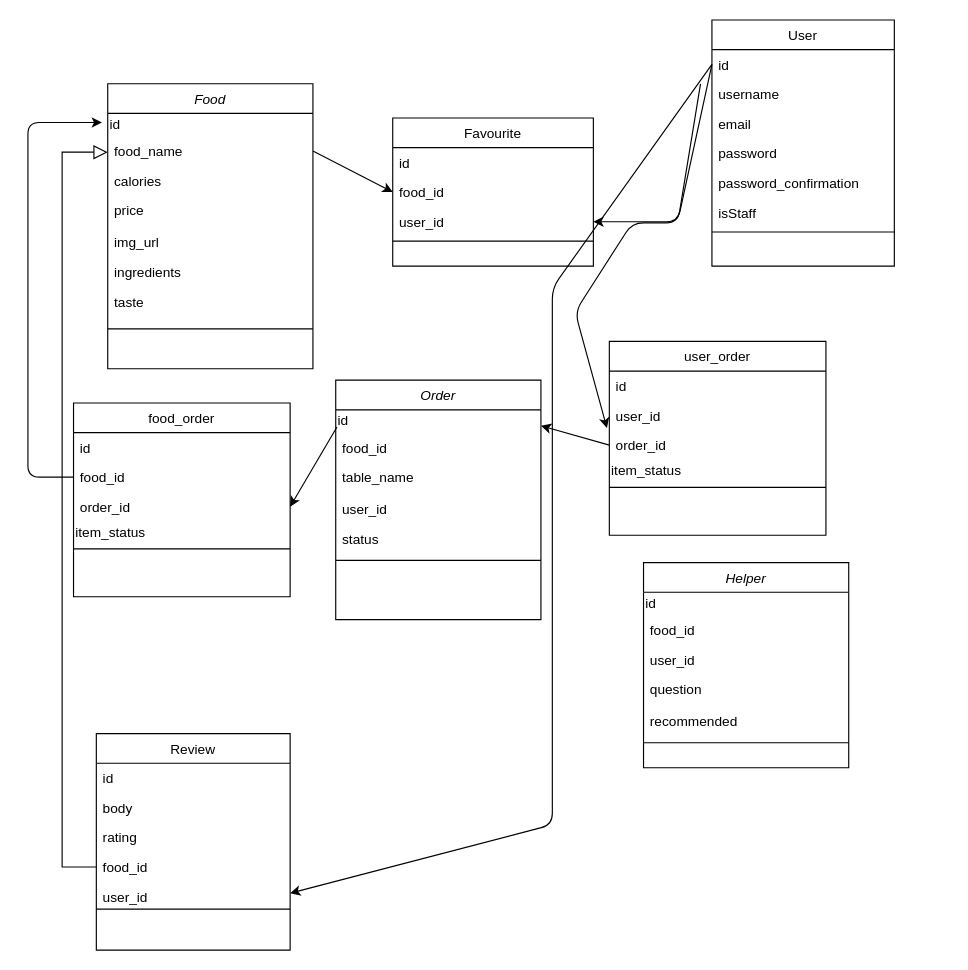
Earlier version of the draw.io diagram Untitled Diagram.drawio (KenChukanit/PM_Tool). Source tidied: cells renumbered, new cells numbered last; positions are measured from the earlier drawing's top-left corner, leaving out a move shared by most shapes. Both pictures are drawn from the tidied source at 114%, with x=0, y=0 at pixel (27, 19).
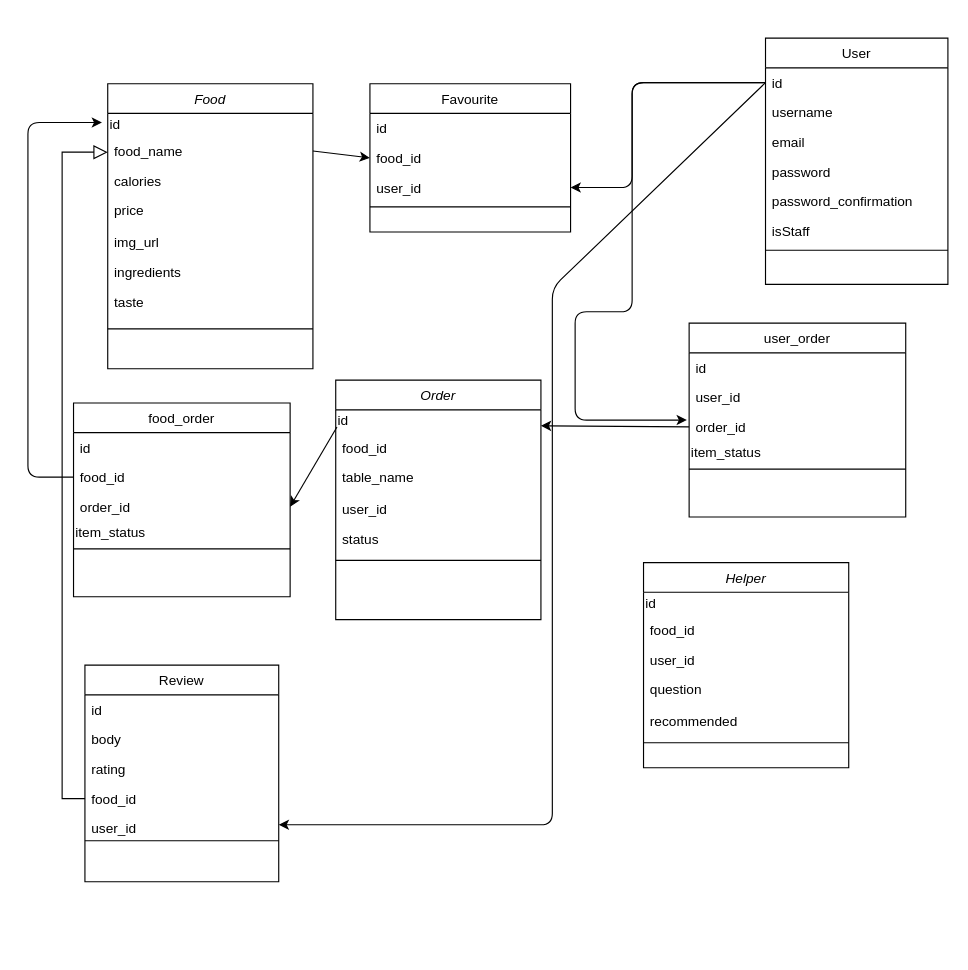
The same page after the edit.

Unchanged cells that the change refers to:
```xml
<mxCell id="21" value="user_id" style="text;align=left;verticalAlign=top;spacingLeft=4;spacingRight=4;overflow=hidden;points=[[0,0.5],[1,0.5]];portConstraint=eastwest;" parent="18" vertex="1">
  <mxGeometry y="78" width="176" height="26" as="geometry" />
</mxCell>
<mxCell id="25" value="id" style="text;align=left;verticalAlign=top;spacingLeft=4;spacingRight=4;overflow=hidden;points=[[0,0.5],[1,0.5]];portConstraint=eastwest;" parent="24" vertex="1">
  <mxGeometry y="26" width="160" height="26" as="geometry" />
</mxCell>
<mxCell id="59" value="user_id" style="text;align=left;verticalAlign=top;spacingLeft=4;spacingRight=4;overflow=hidden;points=[[0,0.5],[1,0.5]];portConstraint=eastwest;" parent="57" vertex="1">
  <mxGeometry y="52" width="190" height="26" as="geometry" />
</mxCell>
```

The edit, as a diff of the source:
```diff
@@
     <mxCell id="11" value="Review" style="swimlane;fontStyle=0;align=center;verticalAlign=top;horizontal=1;startSize=26;rounded=0;shadow=0;strokeWidth=1;" parent="1" vertex="1">
-      <mxGeometry x="60" y="626" width="170" height="190" as="geometry" />
+      <mxGeometry x="50" y="566" width="170" height="190" as="geometry" />
     </mxCell>
@@
     <mxCell id="18" value="Favourite" style="swimlane;fontStyle=0;align=center;verticalAlign=top;horizontal=1;startSize=26;rounded=0;shadow=0;strokeWidth=1;" parent="1" vertex="1">
-      <mxGeometry x="320" y="86" width="176" height="130" as="geometry" />
+      <mxGeometry x="300" y="56" width="176" height="130" as="geometry" />
     </mxCell>
@@
     <mxCell id="24" value="User" style="swimlane;fontStyle=0;align=center;verticalAlign=top;horizontal=1;startSize=26;rounded=0;shadow=0;strokeWidth=1;" parent="1" vertex="1">
-      <mxGeometry x="600" width="160" height="216" as="geometry" />
+      <mxGeometry x="647" y="16" width="160" height="216" as="geometry" />
     </mxCell>
@@
     <mxCell id="33" style="endArrow=classic;html=1;exitX=0;exitY=0.5;exitDx=0;exitDy=0;entryX=1;entryY=0.5;entryDx=0;entryDy=0;" parent="1" edge="1" source="25" target="21">
       <mxGeometry relative="1" as="geometry">
         <Array as="points">
-          <mxPoint x="570" y="177" />
-          <mxPoint x="530" y="177" />
+          <mxPoint x="530" y="55" />
+          <mxPoint x="530" y="147" />
         </Array>
       </mxGeometry>
     </mxCell>
@@
     <mxCell id="57" value="user_order" style="swimlane;fontStyle=0;align=center;verticalAlign=top;horizontal=1;startSize=26;rounded=0;shadow=0;strokeWidth=1;" parent="1" vertex="1">
-      <mxGeometry x="510" y="282" width="190" height="170" as="geometry" />
+      <mxGeometry x="580" y="266" width="190" height="170" as="geometry" />
     </mxCell>
@@
-    <mxCell id="64" style="endArrow=classic;html=1;entryX=-0.011;entryY=0.923;entryDx=0;entryDy=0;entryPerimeter=0;" parent="1" edge="1" target="59">
+    <mxCell id="64" style="endArrow=classic;html=1;exitX=0;exitY=0.5;exitDx=0;exitDy=0;" parent="1" edge="1" source="25">
       <mxGeometry relative="1" as="geometry">
-        <mxPoint x="590" y="56" as="sourcePoint" />
+        <mxPoint x="578" y="351" as="targetPoint" />
         <Array as="points">
-          <mxPoint x="570" y="178" />
-          <mxPoint x="530" y="178" />
+          <mxPoint x="530" y="55" />
+          <mxPoint x="530" y="256" />
           <mxPoint x="480" y="256" />
+          <mxPoint x="480" y="351" />
         </Array>
       </mxGeometry>
     </mxCell>
```
